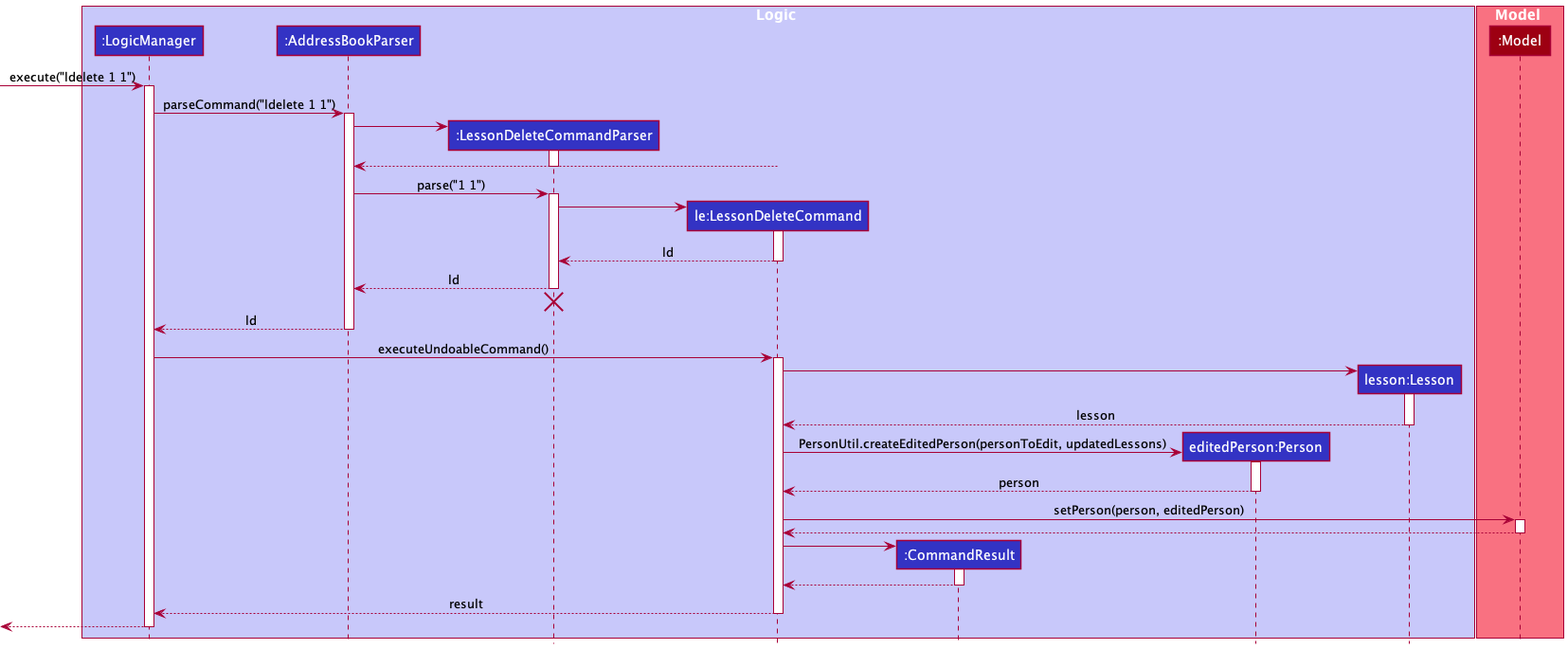
Before: docs/images/LessonDeleteSequenceDiagram.png, a diagram exported from PlantUML (nus-cs2103-AY2122S1/tp).
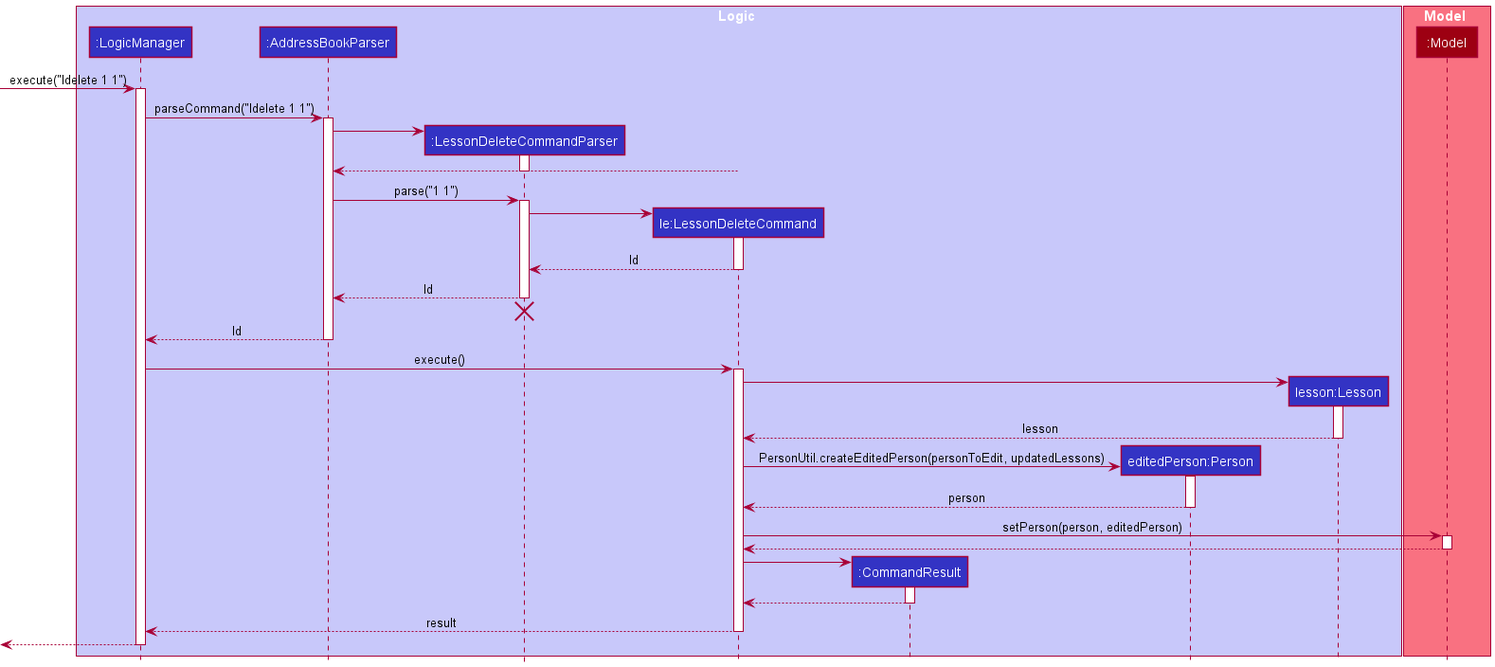
After the change.

Change to the diagram source:
```diff
@@ -47,7 +47,7 @@
 AddressBookParser --> LogicManager : ld
 deactivate AddressBookParser
 
-LogicManager -> LessonDeleteCommand : executeUndoableCommand()
+LogicManager -> LessonDeleteCommand : execute()
 activate LessonDeleteCommand
 
 create Lesson
```
